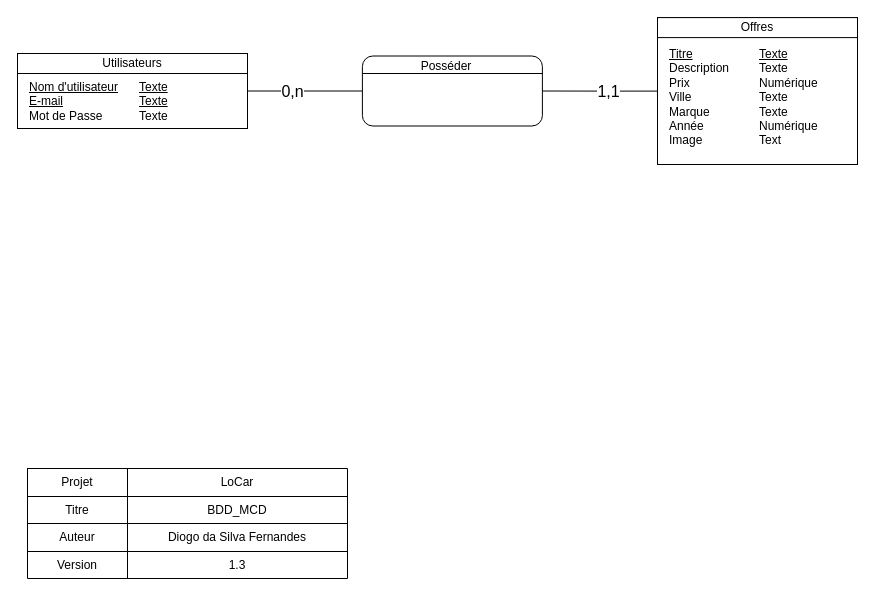
Before: documentation/LoCar_MCD.drawio in GabrielGloor/LoCar, a draw.io diagram. Source tidied: cells renumbered, new cells numbered last; positions are measured from the earlier drawing's top-left corner, leaving out a move shared by most shapes. Both pictures are drawn from the tidied source at 100%, with x=0, y=0 at pixel (17, 17).
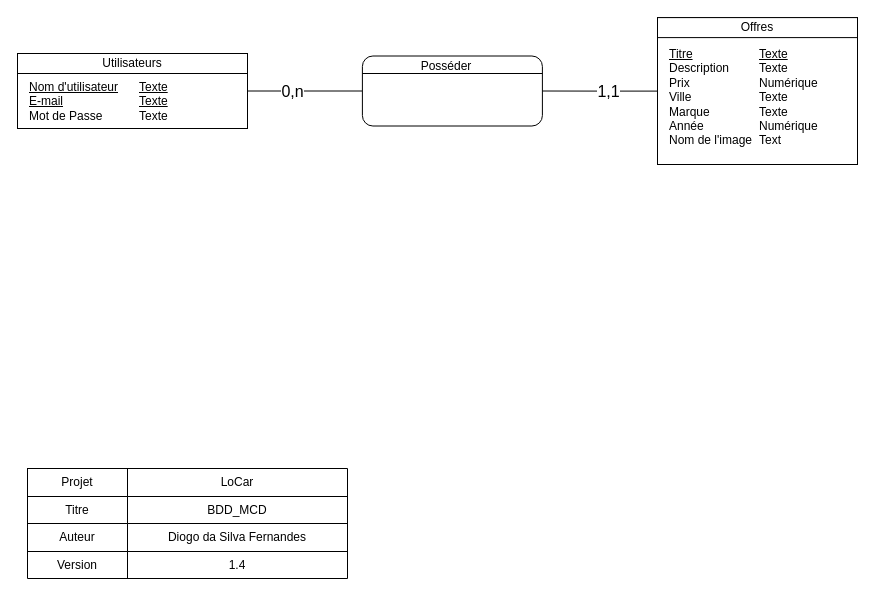
The same diagram, later.

The change refers to these unchanged cells:
```xml
<mxCell id="27" style="shape=partialRectangle;html=1;whiteSpace=wrap;fillColor=none;top=0;left=0;bottom=0;right=0;" parent="17" vertex="1">
  <mxGeometry y="83" width="320" height="27" as="geometry" />
</mxCell>
```

Change to the diagram source:
```diff
@@
-    <mxCell id="13" value="&lt;u&gt;Titre&lt;/u&gt;&lt;br&gt;Description&lt;br&gt;Prix&lt;br&gt;Ville&lt;br&gt;Marque&lt;br&gt;Année&lt;br&gt;Image" style="text;html=1;strokeColor=none;fillColor=none;align=left;verticalAlign=top;whiteSpace=wrap;rounded=0;" parent="1" vertex="1">
+    <mxCell id="13" value="&lt;u&gt;Titre&lt;/u&gt;&lt;br&gt;Description&lt;br&gt;Prix&lt;br&gt;Ville&lt;br&gt;Marque&lt;br&gt;Année&lt;br&gt;Nom de l'image" style="text;html=1;strokeColor=none;fillColor=none;align=left;verticalAlign=top;whiteSpace=wrap;rounded=0;" parent="1" vertex="1">
       <mxGeometry x="650" y="22.6" width="90" height="116.2" as="geometry" />
     </mxCell>
@@
-    <mxCell id="29" value="1.3" style="shape=partialRectangle;html=1;whiteSpace=wrap;overflow=hidden;fillColor=none;top=0;left=0;bottom=0;right=0;" parent="27" vertex="1">
+    <mxCell id="29" value="1.4" style="shape=partialRectangle;html=1;whiteSpace=wrap;overflow=hidden;fillColor=none;top=0;left=0;bottom=0;right=0;" parent="27" vertex="1">
       <mxGeometry x="100" width="220" height="27" as="geometry" />
     </mxCell>
```
